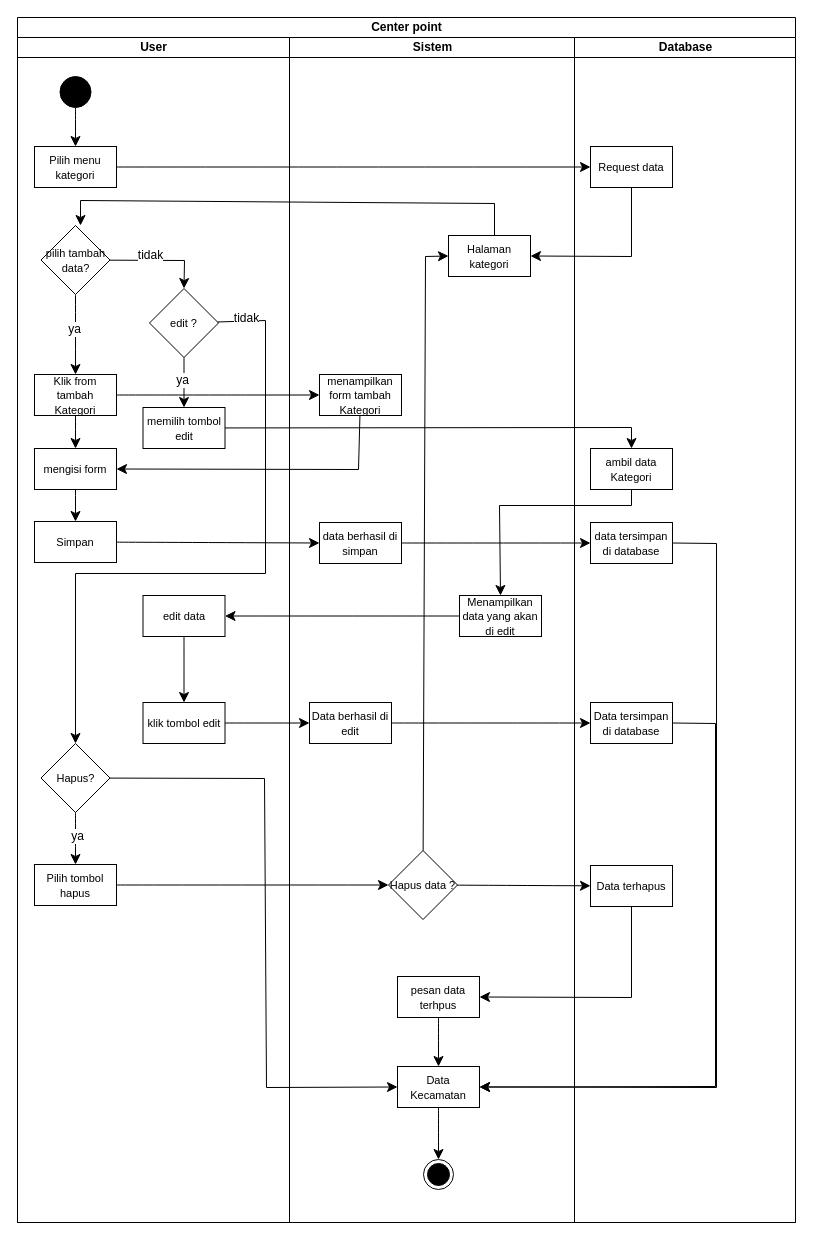
Before: page "Kategori" (9 of 10) of activity diagram gis.drawio in AmirRazer/DrawIoErd, a draw.io diagram. Source tidied: cells renumbered, new cells numbered last; positions are measured from the earlier drawing's top-left corner, leaving out a move shared by most shapes. Both pictures are drawn from the tidied source at 100%, with x=0, y=0 at pixel (17, 17).
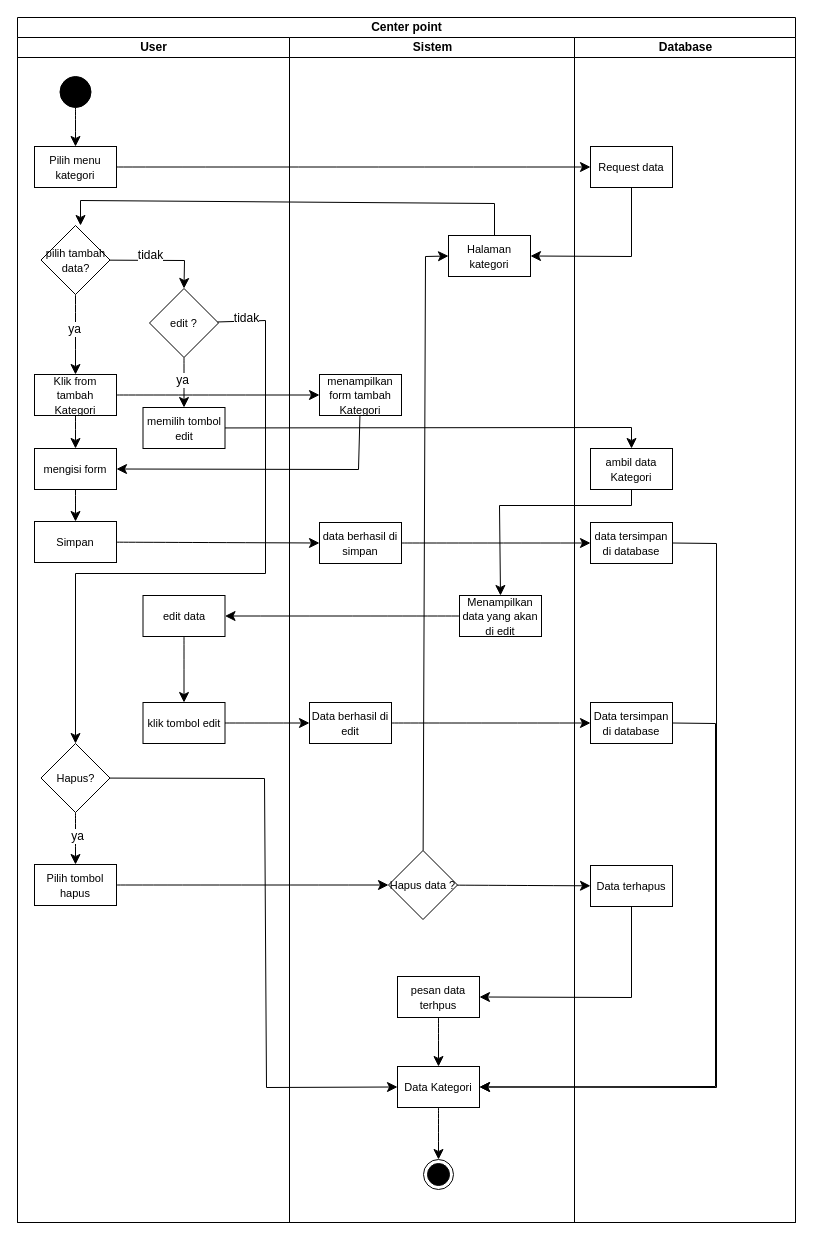
After the change.

Unchanged cells that the change refers to:
```xml
<mxCell id="30" value="Sistem" style="swimlane;startSize=20;html=1;" parent="2" vertex="1">
  <mxGeometry x="272" y="20" width="285" height="1185" as="geometry" />
</mxCell>
```

Change to the diagram source:
```diff
@@
-    <mxCell id="42" value="&lt;span style=&quot;font-size: 11px;&quot;&gt;Data Kecamatan&lt;/span&gt;" style="rounded=0;whiteSpace=wrap;html=1;" parent="30" vertex="1">
+    <mxCell id="42" value="&lt;span style=&quot;font-size: 11px;&quot;&gt;Data Kategori&lt;/span&gt;" style="rounded=0;whiteSpace=wrap;html=1;" parent="30" vertex="1">
       <mxGeometry x="108" y="1029" width="82" height="41" as="geometry" />
     </mxCell>
```
